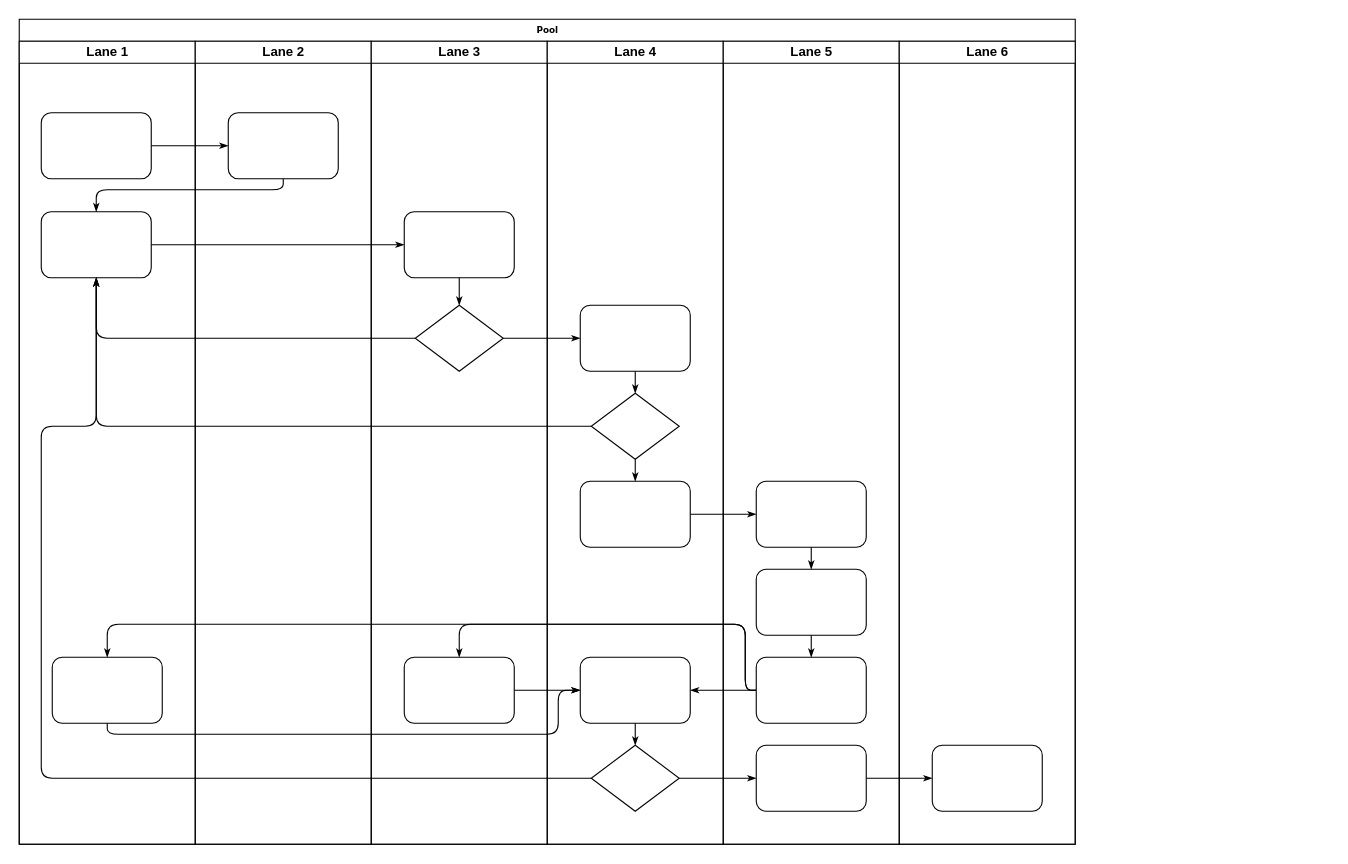
Before: AB测试状态变化.drawio in hzhang123/DrawImage, a draw.io diagram. Source tidied: cells renumbered, new cells numbered last; positions are measured from the earlier drawing's top-left corner, leaving out a move shared by most shapes. Both pictures are drawn from the tidied source at 110%, with x=0, y=0 at pixel (19, 19).
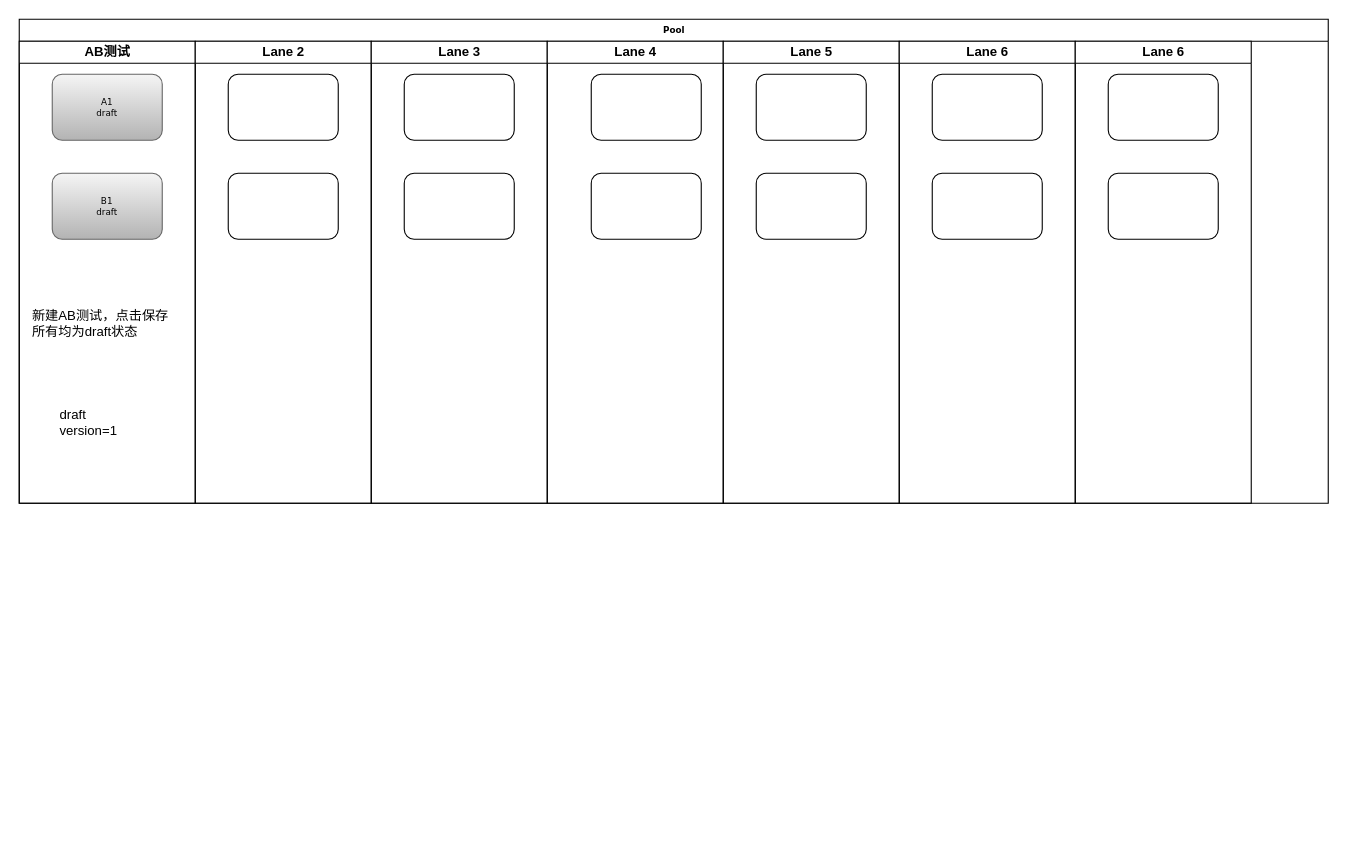
After the change.

Commit message (it also covers changes not shown here):
更新AB测试状态变化.drawio

What changed in the source:
```diff
@@
-    <mxCell id="2" value="Pool" style="swimlane;html=1;startSize=20;rounded=0;shadow=0;labelBackgroundColor=none;strokeColor=#000000;strokeWidth=1;fillColor=#ffffff;fontFamily=Verdana;fontSize=8;fontColor=#000000;align=center;" parent="1" vertex="1">
-      <mxGeometry width="960" height="750" as="geometry" />
+    <mxCell id="2" value="Pool" style="swimlane;html=1;startSize=20;rounded=0;shadow=0;labelBackgroundColor=none;strokeColor=#000000;strokeWidth=1;fillColor=#ffffff;fontFamily=Verdana;fontSize=8;fontColor=#000000;align=center;direction=east;" parent="1" vertex="1">
+      <mxGeometry width="1190" height="440" as="geometry" />
     </mxCell>
-    <mxCell id="3" value="Lane 1" style="swimlane;html=1;startSize=20;" parent="2" vertex="1">
-      <mxGeometry y="20" width="160" height="730" as="geometry" />
+    <mxCell id="3" value="AB测试" style="swimlane;html=1;startSize=20;" parent="2" vertex="1">
+      <mxGeometry y="20" width="160" height="420" as="geometry" />
     </mxCell>
-    <mxCell id="4" style="rounded=1;whiteSpace=wrap;html=1;shadow=0;labelBackgroundColor=none;strokeColor=#000000;strokeWidth=1;fillColor=#ffffff;fontFamily=Verdana;fontSize=8;fontColor=#000000;align=center;" parent="3" vertex="1">
-      <mxGeometry x="20" y="65" width="100" height="60" as="geometry" />
+    <mxCell id="4" value="A1&lt;br&gt;draft" style="rounded=1;whiteSpace=wrap;html=1;shadow=0;labelBackgroundColor=none;strokeColor=#666666;strokeWidth=1;fillColor=#f5f5f5;fontFamily=Verdana;fontSize=8;align=center;gradientColor=#b3b3b3;" parent="3" vertex="1">
+      <mxGeometry x="30" y="30" width="100" height="60" as="geometry" />
     </mxCell>
-    <mxCell id="5" style="rounded=1;whiteSpace=wrap;html=1;shadow=0;labelBackgroundColor=none;strokeColor=#000000;strokeWidth=1;fillColor=#ffffff;fontFamily=Verdana;fontSize=8;fontColor=#000000;align=center;" parent="3" vertex="1">
-      <mxGeometry x="20" y="155" width="100" height="60" as="geometry" />
+    <mxCell id="5" value="B1&lt;br&gt;draft" style="rounded=1;whiteSpace=wrap;html=1;shadow=0;labelBackgroundColor=none;strokeColor=#666666;strokeWidth=1;fillColor=#f5f5f5;fontFamily=Verdana;fontSize=8;align=center;gradientColor=#b3b3b3;" parent="3" vertex="1">
+      <mxGeometry x="30" y="120" width="100" height="60" as="geometry" />
     </mxCell>
-    <mxCell id="6" style="rounded=1;whiteSpace=wrap;html=1;shadow=0;labelBackgroundColor=none;strokeColor=#000000;strokeWidth=1;fillColor=#ffffff;fontFamily=Verdana;fontSize=8;fontColor=#000000;align=center;" parent="3" vertex="1">
-      <mxGeometry x="30" y="560" width="100" height="60" as="geometry" />
-    </mxCell>
-    <mxCell id="7" style="edgeStyle=orthogonalEdgeStyle;rounded=1;html=1;labelBackgroundColor=none;startArrow=none;startFill=0;startSize=5;endArrow=classicThin;endFill=1;endSize=5;jettySize=auto;strokeColor=#000000;strokeWidth=1;fontFamily=Verdana;fontSize=8;fontColor=#000000;" parent="2" edge="1" source="4" target="23">
-      <mxGeometry relative="1" as="geometry" />
-    </mxCell>
-    <mxCell id="8" style="edgeStyle=orthogonalEdgeStyle;rounded=1;html=1;labelBackgroundColor=none;startArrow=none;startFill=0;startSize=5;endArrow=classicThin;endFill=1;endSize=5;jettySize=auto;strokeColor=#000000;strokeWidth=1;fontFamily=Verdana;fontSize=8;fontColor=#000000;" parent="2" edge="1" source="23" target="5">
-      <mxGeometry relative="1" as="geometry">
-        <Array as="points">
-          <mxPoint x="240" y="155" />
-          <mxPoint x="70" y="155" />
-        </Array>
-      </mxGeometry>
-    </mxCell>
-    <mxCell id="9" style="edgeStyle=orthogonalEdgeStyle;rounded=1;html=1;labelBackgroundColor=none;startArrow=none;startFill=0;startSize=5;endArrow=classicThin;endFill=1;endSize=5;jettySize=auto;strokeColor=#000000;strokeWidth=1;fontFamily=Verdana;fontSize=8;fontColor=#000000;" parent="2" edge="1" source="5" target="25">
-      <mxGeometry relative="1" as="geometry" />
-    </mxCell>
-    <mxCell id="10" style="edgeStyle=orthogonalEdgeStyle;rounded=1;html=1;labelBackgroundColor=none;startArrow=none;startFill=0;startSize=5;endArrow=classicThin;endFill=1;endSize=5;jettySize=auto;strokeColor=#000000;strokeWidth=1;fontFamily=Verdana;fontSize=8;fontColor=#000000;" parent="2" edge="1" source="26" target="5">
-      <mxGeometry relative="1" as="geometry" />
-    </mxCell>
-    <mxCell id="11" style="edgeStyle=orthogonalEdgeStyle;rounded=1;html=1;labelBackgroundColor=none;startArrow=none;startFill=0;startSize=5;endArrow=classicThin;endFill=1;endSize=5;jettySize=auto;strokeColor=#000000;strokeWidth=1;fontFamily=Verdana;fontSize=8;fontColor=#000000;" parent="2" edge="1" source="31" target="5">
-      <mxGeometry relative="1" as="geometry" />
-    </mxCell>
-    <mxCell id="12" style="edgeStyle=orthogonalEdgeStyle;rounded=1;html=1;labelBackgroundColor=none;startArrow=none;startFill=0;startSize=5;endArrow=classicThin;endFill=1;endSize=5;jettySize=auto;strokeColor=#000000;strokeWidth=1;fontFamily=Verdana;fontSize=8;fontColor=#000000;" parent="2" edge="1" source="34" target="5">
-      <mxGeometry relative="1" as="geometry">
-        <Array as="points">
-          <mxPoint x="20" y="690" />
-          <mxPoint x="20" y="370" />
-          <mxPoint x="70" y="370" />
-        </Array>
-      </mxGeometry>
-    </mxCell>
-    <mxCell id="13" style="edgeStyle=orthogonalEdgeStyle;rounded=1;html=1;labelBackgroundColor=none;startArrow=none;startFill=0;startSize=5;endArrow=classicThin;endFill=1;endSize=5;jettySize=auto;strokeColor=#000000;strokeWidth=1;fontFamily=Verdana;fontSize=8;fontColor=#000000;" parent="2" edge="1" source="26" target="30">
-      <mxGeometry relative="1" as="geometry" />
-    </mxCell>
-    <mxCell id="14" style="edgeStyle=orthogonalEdgeStyle;rounded=1;html=1;labelBackgroundColor=none;startArrow=none;startFill=0;startSize=5;endArrow=classicThin;endFill=1;endSize=5;jettySize=auto;strokeColor=#000000;strokeWidth=1;fontFamily=Verdana;fontSize=8;fontColor=#000000;" parent="2" edge="1" source="34" target="42">
-      <mxGeometry relative="1" as="geometry" />
-    </mxCell>
-    <mxCell id="15" style="edgeStyle=orthogonalEdgeStyle;rounded=1;html=1;labelBackgroundColor=none;startArrow=none;startFill=0;startSize=5;endArrow=classicThin;endFill=1;endSize=5;jettySize=auto;strokeColor=#000000;strokeWidth=1;fontFamily=Verdana;fontSize=8;fontColor=#000000;" parent="2" edge="1" source="42" target="46">
-      <mxGeometry relative="1" as="geometry" />
-    </mxCell>
-    <mxCell id="16" style="edgeStyle=orthogonalEdgeStyle;rounded=1;html=1;labelBackgroundColor=none;startArrow=none;startFill=0;startSize=5;endArrow=classicThin;endFill=1;endSize=5;jettySize=auto;strokeColor=#000000;strokeWidth=1;fontFamily=Verdana;fontSize=8;fontColor=#000000;" parent="2" edge="1" source="32" target="39">
-      <mxGeometry relative="1" as="geometry" />
-    </mxCell>
-    <mxCell id="17" style="edgeStyle=orthogonalEdgeStyle;rounded=1;html=1;labelBackgroundColor=none;startArrow=none;startFill=0;startSize=5;endArrow=classicThin;endFill=1;endSize=5;jettySize=auto;strokeColor=#000000;strokeWidth=1;fontFamily=Verdana;fontSize=8;fontColor=#000000;" parent="2" edge="1" source="41" target="27">
-      <mxGeometry relative="1" as="geometry">
-        <Array as="points">
-          <mxPoint x="660" y="610" />
-          <mxPoint x="660" y="550" />
-          <mxPoint x="400" y="550" />
-        </Array>
-      </mxGeometry>
-    </mxCell>
-    <mxCell id="18" style="edgeStyle=orthogonalEdgeStyle;rounded=1;html=1;labelBackgroundColor=none;startArrow=none;startFill=0;startSize=5;endArrow=classicThin;endFill=1;endSize=5;jettySize=auto;strokeColor=#000000;strokeWidth=1;fontFamily=Verdana;fontSize=8;fontColor=#000000;" parent="2" edge="1" source="41" target="33">
-      <mxGeometry relative="1" as="geometry" />
-    </mxCell>
-    <mxCell id="19" style="edgeStyle=orthogonalEdgeStyle;rounded=1;html=1;labelBackgroundColor=none;startArrow=none;startFill=0;startSize=5;endArrow=classicThin;endFill=1;endSize=5;jettySize=auto;strokeColor=#000000;strokeWidth=1;fontFamily=Verdana;fontSize=8;fontColor=#000000;" parent="2" edge="1" source="41" target="6">
-      <mxGeometry relative="1" as="geometry">
-        <Array as="points">
-          <mxPoint x="660" y="610" />
-          <mxPoint x="660" y="550" />
-          <mxPoint x="80" y="550" />
-        </Array>
-      </mxGeometry>
-    </mxCell>
-    <mxCell id="20" style="edgeStyle=orthogonalEdgeStyle;rounded=1;html=1;labelBackgroundColor=none;startArrow=none;startFill=0;startSize=5;endArrow=classicThin;endFill=1;endSize=5;jettySize=auto;strokeColor=#000000;strokeWidth=1;fontFamily=Verdana;fontSize=8;fontColor=#000000;" parent="2" edge="1" source="6" target="33">
-      <mxGeometry relative="1" as="geometry">
-        <Array as="points">
-          <mxPoint x="80" y="650" />
-          <mxPoint x="490" y="650" />
-          <mxPoint x="490" y="610" />
-        </Array>
-      </mxGeometry>
-    </mxCell>
-    <mxCell id="21" style="edgeStyle=orthogonalEdgeStyle;rounded=1;html=1;labelBackgroundColor=none;startArrow=none;startFill=0;startSize=5;endArrow=classicThin;endFill=1;endSize=5;jettySize=auto;strokeColor=#000000;strokeWidth=1;fontFamily=Verdana;fontSize=8;fontColor=#000000;" parent="2" edge="1" source="27" target="33">
-      <mxGeometry relative="1" as="geometry" />
-    </mxCell>
+    <mxCell id="47" value="draft&lt;br&gt;version=1" style="text;html=1;align=left;verticalAlign=top;spacingTop=-4;" parent="3" vertex="1">
+      <mxGeometry x="35" y="330" width="70" height="30" as="geometry" />
+    </mxCell>
+    <mxCell id="48" value="新建AB测试，点击保存&lt;br&gt;所有均为draft状态" style="text;html=1;align=left;verticalAlign=top;spacingTop=-4;" parent="3" vertex="1">
+      <mxGeometry x="10" y="240" width="140" height="30" as="geometry" />
+    </mxCell>
     <mxCell id="22" value="Lane 2" style="swimlane;html=1;startSize=20;" parent="2" vertex="1">
-      <mxGeometry x="160" y="20" width="160" height="730" as="geometry" />
+      <mxGeometry x="160" y="20" width="160" height="420" as="geometry" />
     </mxCell>
     <mxCell id="23" style="rounded=1;whiteSpace=wrap;html=1;shadow=0;labelBackgroundColor=none;strokeColor=#000000;strokeWidth=1;fillColor=#ffffff;fontFamily=Verdana;fontSize=8;fontColor=#000000;align=center;" parent="22" vertex="1">
-      <mxGeometry x="30" y="65" width="100" height="60" as="geometry" />
+      <mxGeometry x="30" y="30" width="100" height="60" as="geometry" />
     </mxCell>
+    <mxCell id="49" style="rounded=1;whiteSpace=wrap;html=1;shadow=0;labelBackgroundColor=none;strokeColor=#000000;strokeWidth=1;fillColor=#ffffff;fontFamily=Verdana;fontSize=8;fontColor=#000000;align=center;" parent="22" vertex="1">
+      <mxGeometry x="30" y="120" width="100" height="60" as="geometry" />
+    </mxCell>
     <mxCell id="24" value="Lane 3" style="swimlane;html=1;startSize=20;" parent="2" vertex="1">
-      <mxGeometry x="320" y="20" width="160" height="730" as="geometry" />
+      <mxGeometry x="320" y="20" width="160" height="420" as="geometry" />
     </mxCell>
-    <mxCell id="25" style="rounded=1;whiteSpace=wrap;html=1;shadow=0;labelBackgroundColor=none;strokeColor=#000000;strokeWidth=1;fillColor=#ffffff;fontFamily=Verdana;fontSize=8;fontColor=#000000;align=center;" parent="24" vertex="1">
-      <mxGeometry x="30" y="155" width="100" height="60" as="geometry" />
-    </mxCell>
-    <mxCell id="26" style="rhombus;whiteSpace=wrap;html=1;rounded=0;shadow=0;labelBackgroundColor=none;strokeColor=#000000;strokeWidth=1;fillColor=#ffffff;fontFamily=Verdana;fontSize=8;fontColor=#000000;align=center;" parent="24" vertex="1">
-      <mxGeometry x="40" y="240" width="80" height="60" as="geometry" />
-    </mxCell>
-    <mxCell id="27" style="rounded=1;whiteSpace=wrap;html=1;shadow=0;labelBackgroundColor=none;strokeColor=#000000;strokeWidth=1;fillColor=#ffffff;fontFamily=Verdana;fontSize=8;fontColor=#000000;align=center;" parent="24" vertex="1">
-      <mxGeometry x="30" y="560" width="100" height="60" as="geometry" />
-    </mxCell>
-    <mxCell id="28" style="edgeStyle=orthogonalEdgeStyle;rounded=1;html=1;labelBackgroundColor=none;startArrow=none;startFill=0;startSize=5;endArrow=classicThin;endFill=1;endSize=5;jettySize=auto;strokeColor=#000000;strokeWidth=1;fontFamily=Verdana;fontSize=8;fontColor=#000000;" parent="24" edge="1" source="25" target="26">
-      <mxGeometry relative="1" as="geometry" />
-    </mxCell>
+    <mxCell id="50" style="rounded=1;whiteSpace=wrap;html=1;shadow=0;labelBackgroundColor=none;strokeColor=#000000;strokeWidth=1;fillColor=#ffffff;fontFamily=Verdana;fontSize=8;fontColor=#000000;align=center;" parent="24" vertex="1">
+      <mxGeometry x="30" y="30" width="100" height="60" as="geometry" />
+    </mxCell>
+    <mxCell id="51" style="rounded=1;whiteSpace=wrap;html=1;shadow=0;labelBackgroundColor=none;strokeColor=#000000;strokeWidth=1;fillColor=#ffffff;fontFamily=Verdana;fontSize=8;fontColor=#000000;align=center;" parent="24" vertex="1">
+      <mxGeometry x="30" y="120" width="100" height="60" as="geometry" />
+    </mxCell>
     <mxCell id="29" value="Lane 4" style="swimlane;html=1;startSize=20;" parent="2" vertex="1">
-      <mxGeometry x="480" y="20" width="160" height="730" as="geometry" />
+      <mxGeometry x="480" y="20" width="160" height="420" as="geometry" />
     </mxCell>
-    <mxCell id="30" style="rounded=1;whiteSpace=wrap;html=1;shadow=0;labelBackgroundColor=none;strokeColor=#000000;strokeWidth=1;fillColor=#ffffff;fontFamily=Verdana;fontSize=8;fontColor=#000000;align=center;" parent="29" vertex="1">
-      <mxGeometry x="30" y="240" width="100" height="60" as="geometry" />
-    </mxCell>
-    <mxCell id="31" style="rhombus;whiteSpace=wrap;html=1;rounded=0;shadow=0;labelBackgroundColor=none;strokeColor=#000000;strokeWidth=1;fillColor=#ffffff;fontFamily=Verdana;fontSize=8;fontColor=#000000;align=center;" parent="29" vertex="1">
-      <mxGeometry x="40" y="320" width="80" height="60" as="geometry" />
-    </mxCell>
-    <mxCell id="32" style="rounded=1;whiteSpace=wrap;html=1;shadow=0;labelBackgroundColor=none;strokeColor=#000000;strokeWidth=1;fillColor=#ffffff;fontFamily=Verdana;fontSize=8;fontColor=#000000;align=center;" parent="29" vertex="1">
-      <mxGeometry x="30" y="400" width="100" height="60" as="geometry" />
-    </mxCell>
-    <mxCell id="33" style="rounded=1;whiteSpace=wrap;html=1;shadow=0;labelBackgroundColor=none;strokeColor=#000000;strokeWidth=1;fillColor=#ffffff;fontFamily=Verdana;fontSize=8;fontColor=#000000;align=center;" parent="29" vertex="1">
-      <mxGeometry x="30" y="560" width="100" height="60" as="geometry" />
-    </mxCell>
-    <mxCell id="34" style="rhombus;whiteSpace=wrap;html=1;rounded=0;shadow=0;labelBackgroundColor=none;strokeColor=#000000;strokeWidth=1;fillColor=#ffffff;fontFamily=Verdana;fontSize=8;fontColor=#000000;align=center;" parent="29" vertex="1">
-      <mxGeometry x="40" y="640" width="80" height="60" as="geometry" />
-    </mxCell>
-    <mxCell id="35" style="edgeStyle=orthogonalEdgeStyle;rounded=1;html=1;labelBackgroundColor=none;startArrow=none;startFill=0;startSize=5;endArrow=classicThin;endFill=1;endSize=5;jettySize=auto;strokeColor=#000000;strokeWidth=1;fontFamily=Verdana;fontSize=8;fontColor=#000000;" parent="29" edge="1" source="30" target="31">
-      <mxGeometry relative="1" as="geometry" />
-    </mxCell>
-    <mxCell id="36" style="edgeStyle=orthogonalEdgeStyle;rounded=1;html=1;labelBackgroundColor=none;startArrow=none;startFill=0;startSize=5;endArrow=classicThin;endFill=1;endSize=5;jettySize=auto;strokeColor=#000000;strokeWidth=1;fontFamily=Verdana;fontSize=8;fontColor=#000000;" parent="29" edge="1" source="31" target="32">
-      <mxGeometry relative="1" as="geometry" />
-    </mxCell>
-    <mxCell id="37" style="edgeStyle=orthogonalEdgeStyle;rounded=1;html=1;labelBackgroundColor=none;startArrow=none;startFill=0;startSize=5;endArrow=classicThin;endFill=1;endSize=5;jettySize=auto;strokeColor=#000000;strokeWidth=1;fontFamily=Verdana;fontSize=8;fontColor=#000000;" parent="29" edge="1" source="33" target="34">
-      <mxGeometry relative="1" as="geometry" />
-    </mxCell>
+    <mxCell id="52" style="rounded=1;whiteSpace=wrap;html=1;shadow=0;labelBackgroundColor=none;strokeColor=#000000;strokeWidth=1;fillColor=#ffffff;fontFamily=Verdana;fontSize=8;fontColor=#000000;align=center;" parent="29" vertex="1">
+      <mxGeometry x="40" y="30" width="100" height="60" as="geometry" />
+    </mxCell>
+    <mxCell id="53" style="rounded=1;whiteSpace=wrap;html=1;shadow=0;labelBackgroundColor=none;strokeColor=#000000;strokeWidth=1;fillColor=#ffffff;fontFamily=Verdana;fontSize=8;fontColor=#000000;align=center;" parent="29" vertex="1">
+      <mxGeometry x="40" y="120" width="100" height="60" as="geometry" />
+    </mxCell>
     <mxCell id="38" value="Lane 5" style="swimlane;html=1;startSize=20;" parent="2" vertex="1">
-      <mxGeometry x="640" y="20" width="160" height="730" as="geometry" />
+      <mxGeometry x="640" y="20" width="160" height="420" as="geometry" />
     </mxCell>
-    <mxCell id="39" style="rounded=1;whiteSpace=wrap;html=1;shadow=0;labelBackgroundColor=none;strokeColor=#000000;strokeWidth=1;fillColor=#ffffff;fontFamily=Verdana;fontSize=8;fontColor=#000000;align=center;" parent="38" vertex="1">
-      <mxGeometry x="30" y="400" width="100" height="60" as="geometry" />
-    </mxCell>
-    <mxCell id="40" style="rounded=1;whiteSpace=wrap;html=1;shadow=0;labelBackgroundColor=none;strokeColor=#000000;strokeWidth=1;fillColor=#ffffff;fontFamily=Verdana;fontSize=8;fontColor=#000000;align=center;" parent="38" vertex="1">
-      <mxGeometry x="30" y="480" width="100" height="60" as="geometry" />
-    </mxCell>
-    <mxCell id="41" style="rounded=1;whiteSpace=wrap;html=1;shadow=0;labelBackgroundColor=none;strokeColor=#000000;strokeWidth=1;fillColor=#ffffff;fontFamily=Verdana;fontSize=8;fontColor=#000000;align=center;" parent="38" vertex="1">
-      <mxGeometry x="30" y="560" width="100" height="60" as="geometry" />
-    </mxCell>
-    <mxCell id="42" style="rounded=1;whiteSpace=wrap;html=1;shadow=0;labelBackgroundColor=none;strokeColor=#000000;strokeWidth=1;fillColor=#ffffff;fontFamily=Verdana;fontSize=8;fontColor=#000000;align=center;" parent="38" vertex="1">
-      <mxGeometry x="30" y="640" width="100" height="60" as="geometry" />
-    </mxCell>
-    <mxCell id="43" style="edgeStyle=orthogonalEdgeStyle;rounded=1;html=1;labelBackgroundColor=none;startArrow=none;startFill=0;startSize=5;endArrow=classicThin;endFill=1;endSize=5;jettySize=auto;strokeColor=#000000;strokeWidth=1;fontFamily=Verdana;fontSize=8;fontColor=#000000;" parent="38" edge="1" source="39" target="40">
-      <mxGeometry relative="1" as="geometry" />
-    </mxCell>
-    <mxCell id="44" style="edgeStyle=orthogonalEdgeStyle;rounded=1;html=1;labelBackgroundColor=none;startArrow=none;startFill=0;startSize=5;endArrow=classicThin;endFill=1;endSize=5;jettySize=auto;strokeColor=#000000;strokeWidth=1;fontFamily=Verdana;fontSize=8;fontColor=#000000;" parent="38" edge="1" source="40" target="41">
-      <mxGeometry relative="1" as="geometry" />
-    </mxCell>
+    <mxCell id="54" style="rounded=1;whiteSpace=wrap;html=1;shadow=0;labelBackgroundColor=none;strokeColor=#000000;strokeWidth=1;fillColor=#ffffff;fontFamily=Verdana;fontSize=8;fontColor=#000000;align=center;" parent="38" vertex="1">
+      <mxGeometry x="30" y="30" width="100" height="60" as="geometry" />
+    </mxCell>
+    <mxCell id="55" style="rounded=1;whiteSpace=wrap;html=1;shadow=0;labelBackgroundColor=none;strokeColor=#000000;strokeWidth=1;fillColor=#ffffff;fontFamily=Verdana;fontSize=8;fontColor=#000000;align=center;" parent="38" vertex="1">
+      <mxGeometry x="30" y="120" width="100" height="60" as="geometry" />
+    </mxCell>
-    <mxCell id="45" value="Lane 6" style="swimlane;html=1;startSize=20;" parent="2" vertex="1">
-      <mxGeometry x="800" y="20" width="160" height="730" as="geometry" />
+    <mxCell id="45" value="Lane 6" style="swimlane;html=1;startSize=20;shadow=0;glass=0;" parent="2" vertex="1">
+      <mxGeometry x="800" y="20" width="160" height="420" as="geometry" />
     </mxCell>
-    <mxCell id="46" style="rounded=1;whiteSpace=wrap;html=1;shadow=0;labelBackgroundColor=none;strokeColor=#000000;strokeWidth=1;fillColor=#ffffff;fontFamily=Verdana;fontSize=8;fontColor=#000000;align=center;" parent="45" vertex="1">
-      <mxGeometry x="30" y="640" width="100" height="60" as="geometry" />
-    </mxCell>
+    <mxCell id="56" style="rounded=1;whiteSpace=wrap;html=1;shadow=0;labelBackgroundColor=none;strokeColor=#000000;strokeWidth=1;fillColor=#ffffff;fontFamily=Verdana;fontSize=8;fontColor=#000000;align=center;" parent="45" vertex="1">
+      <mxGeometry x="30" y="30" width="100" height="60" as="geometry" />
+    </mxCell>
+    <mxCell id="57" style="rounded=1;whiteSpace=wrap;html=1;shadow=0;labelBackgroundColor=none;strokeColor=#000000;strokeWidth=1;fillColor=#ffffff;fontFamily=Verdana;fontSize=8;fontColor=#000000;align=center;" parent="45" vertex="1">
+      <mxGeometry x="30" y="120" width="100" height="60" as="geometry" />
+    </mxCell>
+    <mxCell id="58" value="Lane 6" style="swimlane;html=1;startSize=20;" parent="2" vertex="1">
+      <mxGeometry x="960" y="20" width="160" height="420" as="geometry" />
+    </mxCell>
+    <mxCell id="59" style="rounded=1;whiteSpace=wrap;html=1;shadow=0;labelBackgroundColor=none;strokeColor=#000000;strokeWidth=1;fillColor=#ffffff;fontFamily=Verdana;fontSize=8;fontColor=#000000;align=center;" parent="58" vertex="1">
+      <mxGeometry x="30" y="30" width="100" height="60" as="geometry" />
+    </mxCell>
+    <mxCell id="60" style="rounded=1;whiteSpace=wrap;html=1;shadow=0;labelBackgroundColor=none;strokeColor=#000000;strokeWidth=1;fillColor=#ffffff;fontFamily=Verdana;fontSize=8;fontColor=#000000;align=center;" parent="58" vertex="1">
+      <mxGeometry x="30" y="120" width="100" height="60" as="geometry" />
+    </mxCell>
```
